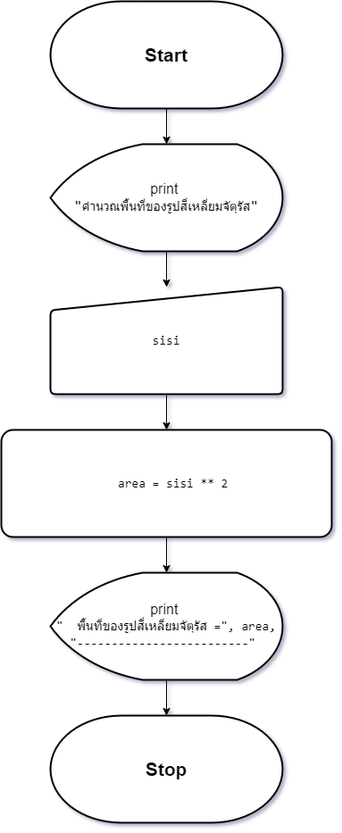
This is asset/F_png_file/sp_2.drawio.png from TeaplusSsuwan/Geometric_computation, a draw.io export, as it was before one commit. Source tidied: cells renumbered, new cells last; positions are measured from the earlier drawing's top-left corner, leaving out a move shared by most shapes.
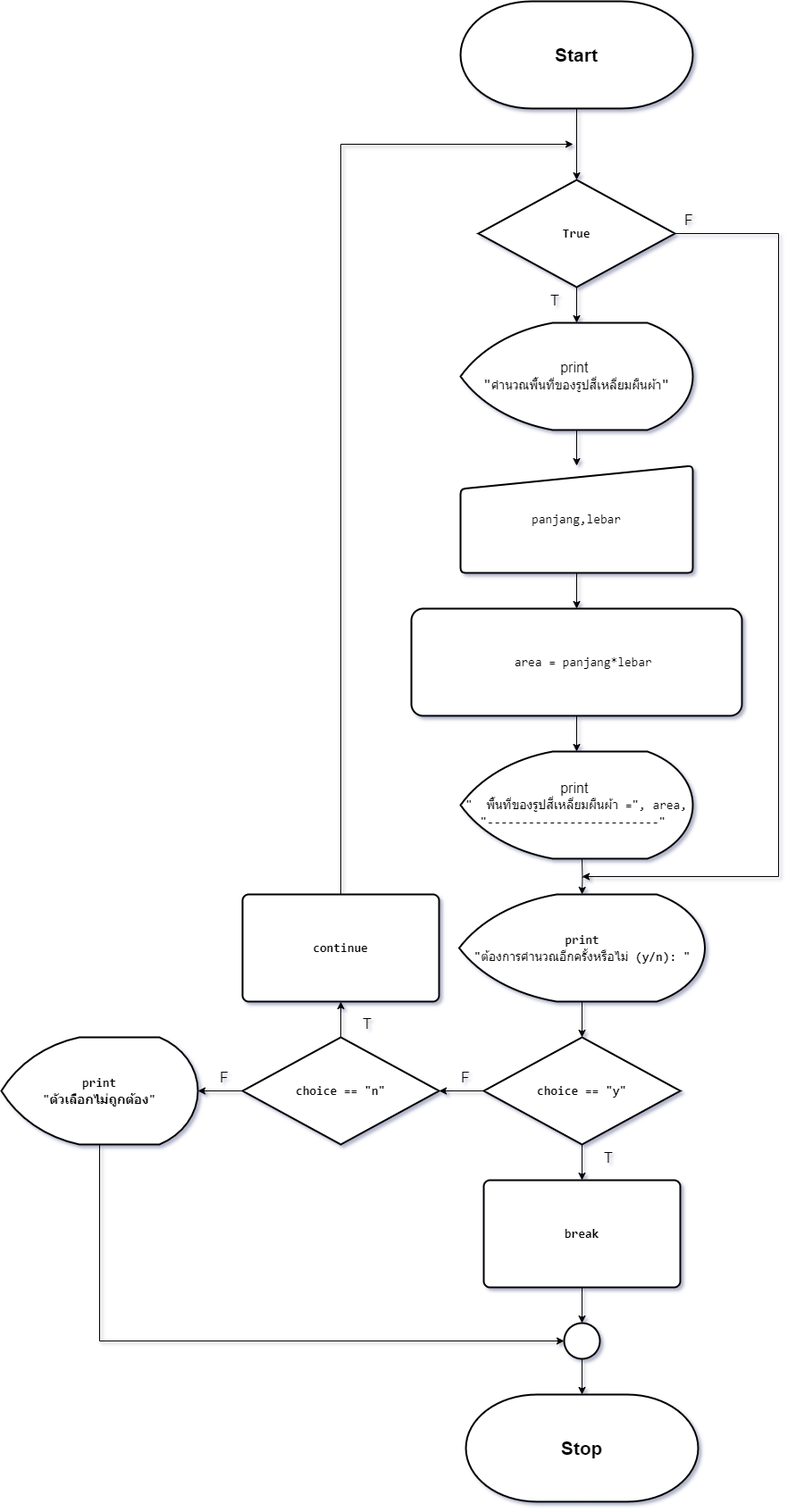
Later version of the same file.

What changed in the source:
```diff
@@ -2,38 +2,130 @@
   <root>
     <mxCell id="0" />
     <mxCell id="1" parent="0" />
+    <mxCell id="13" style="edgeStyle=orthogonalEdgeStyle;rounded=0;jettySize=auto;html=1;" parent="1" edge="1" source="2" target="16">
+      <mxGeometry relative="1" as="geometry" />
+    </mxCell>
     <mxCell id="2" value="&lt;font style=&quot;font-size: 21px;&quot;&gt;&lt;b&gt;Start&lt;/b&gt;&lt;/font&gt;" style="strokeWidth=2;html=1;shape=mxgraph.flowchart.terminator;whiteSpace=wrap;" parent="1" vertex="1">
-      <mxGeometry x="55" width="260" height="120" as="geometry" />
+      <mxGeometry x="55" y="-200" width="260" height="120" as="geometry" />
     </mxCell>
     <mxCell id="3" style="edgeStyle=orthogonalEdgeStyle;rounded=0;jettySize=auto;html=1;entryX=0.5;entryY=0;entryDx=0;entryDy=0;" parent="1" edge="1" source="4" target="7">
       <mxGeometry relative="1" as="geometry" />
     </mxCell>
-    <mxCell id="4" value="&lt;font style=&quot;font-size: 16px;&quot;&gt;print&amp;nbsp;&lt;/font&gt;&lt;div&gt;&lt;span style=&quot;font-family: Consolas, &amp;quot;Courier New&amp;quot;, monospace; white-space: pre;&quot;&gt;&lt;font style=&quot;font-size: 16px;&quot;&gt;&quot;&lt;/font&gt;&lt;/span&gt;&lt;span style=&quot;font-family: Consolas, &amp;quot;Courier New&amp;quot;, monospace; font-size: 14px; white-space: pre;&quot;&gt;คำนวณพื้นที่ของรูปสี่เหลี่ยมจัตุรัส&lt;/span&gt;&lt;span style=&quot;font-size: 16px; font-family: Consolas, &amp;quot;Courier New&amp;quot;, monospace; white-space: pre;&quot;&gt;&quot;&lt;/span&gt;&lt;br&gt;&lt;/div&gt;" style="strokeWidth=2;html=1;shape=mxgraph.flowchart.display;whiteSpace=wrap;" parent="1" vertex="1">
+    <mxCell id="4" value="&lt;font style=&quot;font-size: 16px;&quot;&gt;print&amp;nbsp;&lt;/font&gt;&lt;div&gt;&lt;span style=&quot;font-family: Consolas, &amp;quot;Courier New&amp;quot;, monospace; white-space: pre;&quot;&gt;&lt;font style=&quot;font-size: 16px;&quot;&gt;&quot;&lt;/font&gt;&lt;/span&gt;&lt;span style=&quot;font-family: Consolas, &amp;quot;Courier New&amp;quot;, monospace; font-size: 14px; white-space: pre;&quot;&gt;คำนวณพื้นที่ของรูปสี่เหลี่ยมผืนผ้า&lt;/span&gt;&lt;span style=&quot;font-family: Consolas, &amp;quot;Courier New&amp;quot;, monospace; font-size: 16px; white-space: pre;&quot;&gt;&quot;&lt;/span&gt;&lt;br&gt;&lt;/div&gt;" style="strokeWidth=2;html=1;shape=mxgraph.flowchart.display;whiteSpace=wrap;" parent="1" vertex="1">
       <mxGeometry x="55" y="160" width="260" height="120" as="geometry" />
     </mxCell>
-    <mxCell id="5" style="edgeStyle=orthogonalEdgeStyle;rounded=0;jettySize=auto;html=1;entryX=0.5;entryY=0;entryDx=0;entryDy=0;entryPerimeter=0;" parent="1" edge="1" source="2" target="4">
-      <mxGeometry relative="1" as="geometry" />
-    </mxCell>
     <mxCell id="6" style="edgeStyle=orthogonalEdgeStyle;rounded=0;jettySize=auto;html=1;" parent="1" edge="1" source="7" target="9">
       <mxGeometry relative="1" as="geometry" />
     </mxCell>
-    <mxCell id="7" value="&lt;div style=&quot;font-size: 16px;&quot;&gt;&lt;div style=&quot;font-family: Consolas, &amp;quot;Courier New&amp;quot;, monospace; font-size: 14px; line-height: 19px; white-space: pre;&quot;&gt;sisi&lt;/div&gt;&lt;/div&gt;" style="html=1;strokeWidth=2;shape=manualInput;whiteSpace=wrap;rounded=1;size=26;arcSize=11;" parent="1" vertex="1">
+    <mxCell id="7" value="&lt;div style=&quot;font-size: 16px;&quot;&gt;&lt;div style=&quot;font-family: Consolas, &amp;quot;Courier New&amp;quot;, monospace; font-size: 14px; line-height: 19px; white-space: pre;&quot;&gt;&lt;div style=&quot;line-height: 19px;&quot;&gt;&lt;span style=&quot;background-color: rgb(255, 255, 255);&quot;&gt;panjang,lebar&lt;/span&gt;&lt;/div&gt;&lt;/div&gt;&lt;/div&gt;" style="html=1;strokeWidth=2;shape=manualInput;whiteSpace=wrap;rounded=1;size=26;arcSize=11;" parent="1" vertex="1">
       <mxGeometry x="55" y="320" width="260" height="120" as="geometry" />
     </mxCell>
     <mxCell id="8" style="edgeStyle=orthogonalEdgeStyle;rounded=0;jettySize=auto;html=1;" parent="1" edge="1" source="9" target="11">
       <mxGeometry relative="1" as="geometry" />
     </mxCell>
-    <mxCell id="9" value="&lt;div style=&quot;font-family: Consolas, &amp;quot;Courier New&amp;quot;, monospace; font-size: 16px; line-height: 19px; white-space: pre;&quot;&gt;&lt;div style=&quot;font-size: 14px; line-height: 19px;&quot;&gt;&lt;div style=&quot;&quot;&gt;&amp;nbsp; area = sisi ** 2&lt;/div&gt;&lt;/div&gt;&lt;/div&gt;" style="rounded=1;whiteSpace=wrap;html=1;strokeWidth=2;arcSize=11;" parent="1" vertex="1">
+    <mxCell id="9" value="&lt;div style=&quot;font-family: Consolas, &amp;quot;Courier New&amp;quot;, monospace; font-size: 16px; line-height: 19px; white-space: pre;&quot;&gt;&lt;div style=&quot;font-size: 14px; line-height: 19px;&quot;&gt;&lt;div style=&quot;&quot;&gt;&lt;div style=&quot;line-height: 19px;&quot;&gt;&lt;div style=&quot;&quot;&gt;&amp;nbsp; area = panjang*lebar&lt;/div&gt;&lt;/div&gt;&lt;/div&gt;&lt;/div&gt;&lt;/div&gt;" style="rounded=1;whiteSpace=wrap;html=1;strokeWidth=2;arcSize=11;" parent="1" vertex="1">
       <mxGeometry y="480" width="370" height="120" as="geometry" />
     </mxCell>
-    <mxCell id="10" style="edgeStyle=orthogonalEdgeStyle;rounded=0;jettySize=auto;html=1;" parent="1" edge="1" source="11" target="12">
-      <mxGeometry relative="1" as="geometry" />
-    </mxCell>
-    <mxCell id="11" value="&lt;font style=&quot;font-size: 16px;&quot;&gt;print&amp;nbsp;&lt;/font&gt;&lt;div&gt;&lt;div style=&quot;font-family: Consolas, &amp;quot;Courier New&amp;quot;, monospace; font-size: 14px; line-height: 19px; white-space: pre;&quot;&gt;&quot; &amp;nbsp;พื้นที่ของรูปสี่เหลี่ยมจัตุรัส =&quot;, area,&lt;br&gt;&lt;/div&gt;&lt;div style=&quot;font-family: Consolas, &amp;quot;Courier New&amp;quot;, monospace; font-size: 14px; line-height: 19px; white-space: pre;&quot;&gt;&quot;-------------------------&quot; &lt;/div&gt;&lt;/div&gt;" style="strokeWidth=2;html=1;shape=mxgraph.flowchart.display;whiteSpace=wrap;" parent="1" vertex="1">
+    <mxCell id="11" value="&lt;font style=&quot;font-size: 16px;&quot;&gt;print&amp;nbsp;&lt;/font&gt;&lt;div&gt;&lt;div style=&quot;font-family: Consolas, &amp;quot;Courier New&amp;quot;, monospace; font-size: 14px; line-height: 19px; white-space: pre;&quot;&gt;&quot; &amp;nbsp;พื้นที่ของรูปสี่เหลี่ยมผืนผ้า =&quot;, area,&lt;br&gt;&lt;/div&gt;&lt;div style=&quot;font-family: Consolas, &amp;quot;Courier New&amp;quot;, monospace; font-size: 14px; line-height: 19px; white-space: pre;&quot;&gt;&quot;-------------------------&quot; &lt;/div&gt;&lt;/div&gt;" style="strokeWidth=2;html=1;shape=mxgraph.flowchart.display;whiteSpace=wrap;" parent="1" vertex="1">
       <mxGeometry x="55" y="640" width="260" height="120" as="geometry" />
     </mxCell>
     <mxCell id="12" value="&lt;font style=&quot;font-size: 21px;&quot;&gt;&lt;b&gt;Stop&lt;/b&gt;&lt;/font&gt;" style="strokeWidth=2;html=1;shape=mxgraph.flowchart.terminator;whiteSpace=wrap;" parent="1" vertex="1">
-      <mxGeometry x="55" y="800" width="260" height="120" as="geometry" />
+      <mxGeometry x="61" y="1360" width="260" height="120" as="geometry" />
     </mxCell>
+    <mxCell id="14" style="edgeStyle=orthogonalEdgeStyle;rounded=0;jettySize=auto;html=1;" parent="1" edge="1" source="16" target="4">
+      <mxGeometry relative="1" as="geometry" />
+    </mxCell>
+    <mxCell id="15" style="edgeStyle=orthogonalEdgeStyle;rounded=0;jettySize=auto;html=1;" parent="1" edge="1" source="16">
+      <mxGeometry relative="1" as="geometry">
+        <mxPoint x="191" y="780" as="targetPoint" />
+        <Array as="points">
+          <mxPoint x="411" y="60" />
+          <mxPoint x="411" y="780" />
+        </Array>
+      </mxGeometry>
+    </mxCell>
+    <mxCell id="16" value="&lt;div style=&quot;font-family: Consolas, &amp;quot;Courier New&amp;quot;, monospace; font-size: 14px; line-height: 19px; white-space: pre;&quot;&gt;&lt;span style=&quot;font-size: 14px;&quot;&gt;True&lt;/span&gt;&lt;/div&gt;" style="rhombus;whiteSpace=wrap;html=1;strokeWidth=2;labelBackgroundColor=none;fontColor=default;fontSize=14;fontStyle=1;" parent="1" vertex="1">
+      <mxGeometry x="75" width="220" height="120" as="geometry" />
+    </mxCell>
+    <mxCell id="17" value="T" style="text;html=1;align=center;verticalAlign=middle;whiteSpace=wrap;rounded=0;fontSize=16;" parent="1" vertex="1">
+      <mxGeometry x="131" y="120" width="60" height="30" as="geometry" />
+    </mxCell>
+    <mxCell id="18" value="F" style="text;html=1;align=center;verticalAlign=middle;whiteSpace=wrap;rounded=0;fontSize=16;" parent="1" vertex="1">
+      <mxGeometry x="281" y="30" width="60" height="30" as="geometry" />
+    </mxCell>
+    <mxCell id="19" style="edgeStyle=orthogonalEdgeStyle;rounded=0;jettySize=auto;html=1;" parent="1" edge="1" target="21">
+      <mxGeometry relative="1" as="geometry">
+        <mxPoint x="191" y="760" as="sourcePoint" />
+      </mxGeometry>
+    </mxCell>
+    <mxCell id="20" style="edgeStyle=orthogonalEdgeStyle;rounded=0;jettySize=auto;html=1;labelBackgroundColor=none;fontColor=default;fontSize=14;fontStyle=1;" parent="1" edge="1" source="21" target="24">
+      <mxGeometry relative="1" as="geometry" />
+    </mxCell>
+    <mxCell id="21" value="&lt;div style=&quot;font-family: Consolas, &amp;quot;Courier New&amp;quot;, monospace; font-size: 14px; line-height: 19px; white-space: pre;&quot;&gt;&lt;div style=&quot;line-height: 19px; font-size: 14px;&quot;&gt;&lt;span style=&quot;font-size: 14px;&quot;&gt;print&lt;/span&gt;&lt;/div&gt;&lt;/div&gt;&lt;div style=&quot;font-family: Consolas, &amp;quot;Courier New&amp;quot;, monospace; font-size: 14px; line-height: 19px; white-space: pre;&quot;&gt;&lt;div style=&quot;line-height: 19px; font-size: 14px;&quot;&gt;&lt;span style=&quot;font-size: 14px;&quot;&gt;&quot;&lt;/span&gt;&lt;span style=&quot;font-weight: normal;&quot;&gt;ต้องการคำนวณอีกครั้งหรือไม่&lt;/span&gt;&lt;span style=&quot;background-color: initial;&quot;&gt; (y/n): &quot;&lt;/span&gt;&lt;br&gt;&lt;/div&gt;&lt;/div&gt;" style="strokeWidth=2;html=1;shape=mxgraph.flowchart.display;whiteSpace=wrap;labelBackgroundColor=none;fontColor=default;fontSize=14;fontStyle=1;" parent="1" vertex="1">
+      <mxGeometry x="53.5" y="800" width="275" height="120" as="geometry" />
+    </mxCell>
+    <mxCell id="22" style="edgeStyle=orthogonalEdgeStyle;rounded=0;jettySize=auto;html=1;labelBackgroundColor=none;fontColor=default;fontSize=14;fontStyle=1;" parent="1" edge="1" source="24" target="27">
+      <mxGeometry relative="1" as="geometry" />
+    </mxCell>
+    <mxCell id="23" style="edgeStyle=orthogonalEdgeStyle;rounded=0;jettySize=auto;html=1;labelBackgroundColor=none;fontColor=default;fontSize=14;fontStyle=1;" parent="1" edge="1" source="24" target="31">
+      <mxGeometry relative="1" as="geometry" />
+    </mxCell>
+    <mxCell id="24" value="&lt;div style=&quot;font-family: Consolas, &amp;quot;Courier New&amp;quot;, monospace; font-size: 14px; line-height: 19px; white-space: pre;&quot;&gt;&lt;span style=&quot;font-size: 14px;&quot;&gt;choice &lt;/span&gt;== &lt;span style=&quot;font-size: 14px;&quot;&gt;&quot;y&quot;&lt;/span&gt;&lt;/div&gt;" style="rhombus;whiteSpace=wrap;html=1;strokeWidth=2;labelBackgroundColor=none;fontColor=default;fontSize=14;fontStyle=1;" parent="1" vertex="1">
+      <mxGeometry x="81" y="960" width="220" height="120" as="geometry" />
+    </mxCell>
+    <mxCell id="25" style="edgeStyle=orthogonalEdgeStyle;rounded=0;jettySize=auto;html=1;labelBackgroundColor=none;fontColor=default;fontSize=14;fontStyle=1;" parent="1" edge="1" source="27" target="29">
+      <mxGeometry relative="1" as="geometry" />
+    </mxCell>
+    <mxCell id="26" style="edgeStyle=orthogonalEdgeStyle;rounded=0;jettySize=auto;html=1;labelBackgroundColor=none;fontColor=default;fontSize=14;fontStyle=1;" parent="1" edge="1" source="27" target="33">
+      <mxGeometry relative="1" as="geometry" />
+    </mxCell>
+    <mxCell id="27" value="&lt;div style=&quot;font-family: Consolas, &amp;quot;Courier New&amp;quot;, monospace; font-size: 14px; line-height: 19px; white-space: pre;&quot;&gt;&lt;span style=&quot;font-size: 14px;&quot;&gt;choice &lt;/span&gt;== &lt;span style=&quot;font-size: 14px;&quot;&gt;&quot;&lt;/span&gt;&lt;span style=&quot;font-size: 14px;&quot;&gt;n&lt;/span&gt;&lt;span style=&quot;font-size: 14px;&quot;&gt;&quot;&lt;/span&gt;&lt;br style=&quot;font-size: 14px;&quot;&gt;&lt;/div&gt;" style="rhombus;whiteSpace=wrap;html=1;strokeWidth=2;labelBackgroundColor=none;fontColor=default;fontSize=14;fontStyle=1;" parent="1" vertex="1">
+      <mxGeometry x="-189" y="960" width="220" height="120" as="geometry" />
+    </mxCell>
+    <mxCell id="28" style="edgeStyle=orthogonalEdgeStyle;rounded=0;jettySize=auto;html=1;entryX=0;entryY=0.5;entryDx=0;entryDy=0;" parent="1" edge="1" source="29" target="39">
+      <mxGeometry relative="1" as="geometry">
+        <Array as="points">
+          <mxPoint x="-349" y="1300" />
+        </Array>
+      </mxGeometry>
+    </mxCell>
+    <mxCell id="29" value="&lt;div style=&quot;font-family: Consolas, &amp;quot;Courier New&amp;quot;, monospace; font-size: 14px; line-height: 19px; white-space: pre;&quot;&gt;&lt;div style=&quot;line-height: 19px; font-size: 14px;&quot;&gt;&lt;span style=&quot;font-size: 14px;&quot;&gt;print&lt;/span&gt;&lt;/div&gt;&lt;/div&gt;&lt;div style=&quot;font-family: Consolas, &amp;quot;Courier New&amp;quot;, monospace; font-size: 14px; line-height: 19px; white-space: pre;&quot;&gt;&lt;span style=&quot;font-size: 14px;&quot;&gt;&quot;&lt;/span&gt;&lt;span style=&quot;font-size: 14px;&quot;&gt;ตัวเลือกไม่ถูกต้อง&lt;/span&gt;&lt;span style=&quot;font-size: 14px;&quot;&gt;&quot;&lt;/span&gt;&lt;br style=&quot;font-size: 14px;&quot;&gt;&lt;/div&gt;" style="strokeWidth=2;html=1;shape=mxgraph.flowchart.display;whiteSpace=wrap;labelBackgroundColor=none;fontColor=default;fontSize=14;fontStyle=1;" parent="1" vertex="1">
+      <mxGeometry x="-459" y="960" width="220" height="120" as="geometry" />
+    </mxCell>
+    <mxCell id="30" style="edgeStyle=orthogonalEdgeStyle;rounded=0;jettySize=auto;html=1;" parent="1" edge="1" source="31" target="39">
+      <mxGeometry relative="1" as="geometry" />
+    </mxCell>
+    <mxCell id="31" value="&lt;div style=&quot;font-family: Consolas, &amp;quot;Courier New&amp;quot;, monospace; font-size: 14px; line-height: 19px; white-space: pre;&quot;&gt;&lt;span style=&quot;font-size: 14px;&quot;&gt;break&lt;/span&gt;&lt;/div&gt;" style="rounded=1;whiteSpace=wrap;html=1;absoluteArcSize=1;arcSize=14;strokeWidth=2;labelBackgroundColor=none;fontColor=default;fontSize=14;fontStyle=1;" parent="1" vertex="1">
+      <mxGeometry x="81" y="1120" width="220" height="120" as="geometry" />
+    </mxCell>
+    <mxCell id="32" style="edgeStyle=orthogonalEdgeStyle;rounded=0;jettySize=auto;html=1;" parent="1" edge="1" source="33">
+      <mxGeometry relative="1" as="geometry">
+        <mxPoint x="181" y="-40" as="targetPoint" />
+        <Array as="points">
+          <mxPoint x="-79" y="-40" />
+        </Array>
+      </mxGeometry>
+    </mxCell>
+    <mxCell id="33" value="&lt;div style=&quot;font-family: Consolas, &amp;quot;Courier New&amp;quot;, monospace; font-size: 14px; line-height: 19px; white-space: pre;&quot;&gt;&lt;div style=&quot;line-height: 19px; font-size: 14px;&quot;&gt;&lt;span style=&quot;font-size: 14px;&quot;&gt;continue&lt;/span&gt;&lt;/div&gt;&lt;/div&gt;" style="rounded=1;whiteSpace=wrap;html=1;absoluteArcSize=1;arcSize=14;strokeWidth=2;labelBackgroundColor=none;fontColor=default;fontSize=14;fontStyle=1;" parent="1" vertex="1">
+      <mxGeometry x="-189" y="800" width="220" height="120" as="geometry" />
+    </mxCell>
+    <mxCell id="34" value="T" style="text;html=1;align=center;verticalAlign=middle;whiteSpace=wrap;rounded=0;fontSize=16;" parent="1" vertex="1">
+      <mxGeometry x="191" y="1080" width="60" height="30" as="geometry" />
+    </mxCell>
+    <mxCell id="35" value="T" style="text;html=1;align=center;verticalAlign=middle;whiteSpace=wrap;rounded=0;fontSize=16;" parent="1" vertex="1">
+      <mxGeometry x="-79" y="930" width="60" height="30" as="geometry" />
+    </mxCell>
+    <mxCell id="36" value="F" style="text;html=1;align=center;verticalAlign=middle;whiteSpace=wrap;rounded=0;fontSize=16;" parent="1" vertex="1">
+      <mxGeometry x="31" y="990" width="60" height="30" as="geometry" />
+    </mxCell>
+    <mxCell id="37" value="F" style="text;html=1;align=center;verticalAlign=middle;whiteSpace=wrap;rounded=0;fontSize=16;" parent="1" vertex="1">
+      <mxGeometry x="-239" y="990" width="60" height="30" as="geometry" />
+    </mxCell>
+    <mxCell id="38" style="edgeStyle=orthogonalEdgeStyle;rounded=0;jettySize=auto;html=1;" parent="1" edge="1" source="39" target="12">
+      <mxGeometry relative="1" as="geometry" />
+    </mxCell>
+    <mxCell id="39" style="ellipse;whiteSpace=wrap;html=1;strokeWidth=2;labelBackgroundColor=none;fontColor=default;fontSize=14;fontStyle=1;" parent="1" vertex="1">
+      <mxGeometry x="171" y="1280" width="40" height="40" as="geometry" />
+    </mxCell>
   </root>
 </mxGraphModel>
```
